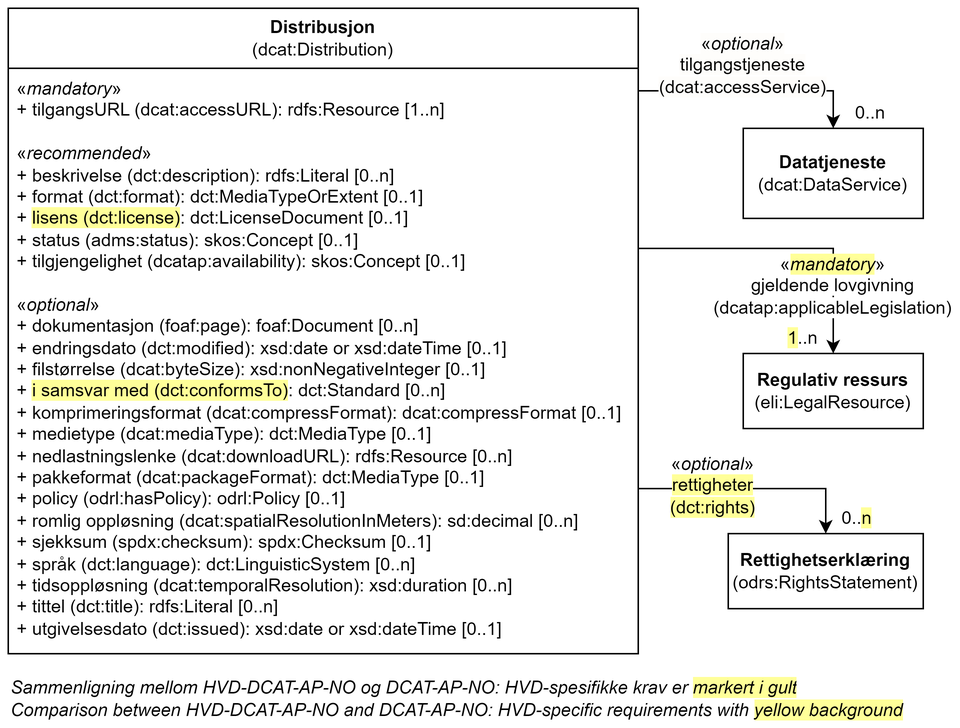
Before: docs/images/Klassen-Distribusjon.png, a diagram exported from draw.io (Informasjonsforvaltning/hvd-dcat-ap-no). Source tidied: cells renumbered, new cells last; positions are measured from the earlier drawing's top-left corner, leaving out a move shared by most shapes.
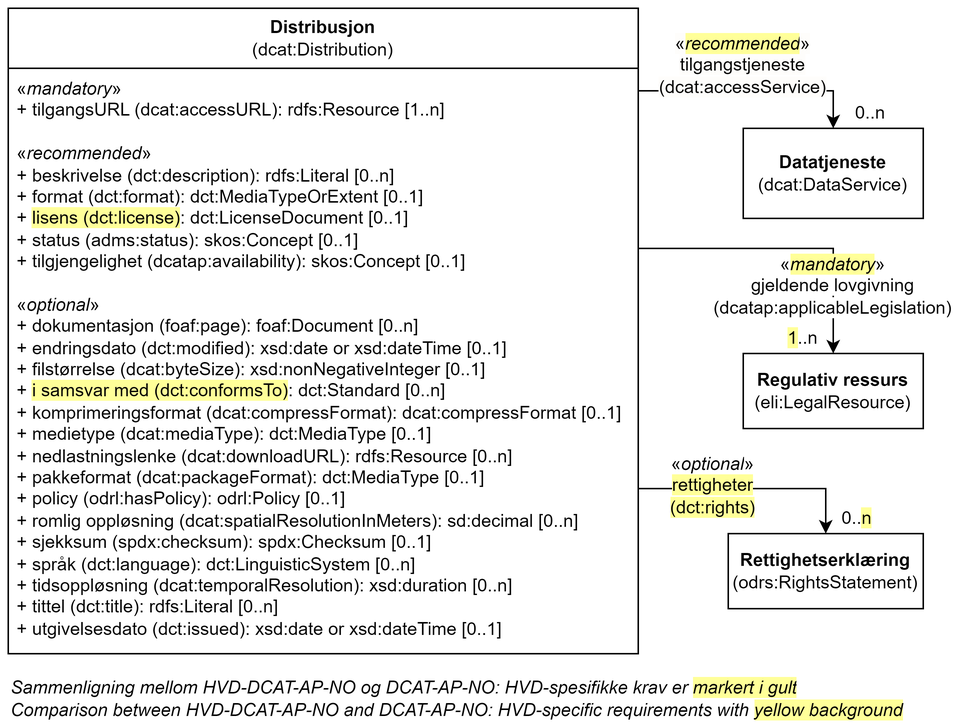
The same file after the commit.

Commit message:
Align med EUs DCAT-AP HVD

Change to the diagram source:
```diff
@@ -19,7 +19,7 @@
         </Array>
       </mxGeometry>
     </mxCell>
-    <mxCell id="6" value="&lt;span style=&quot;background-color: rgb(254, 253, 251);&quot;&gt;«&lt;i style=&quot;&quot;&gt;optional&lt;/i&gt;»&lt;br&gt;tilgangstjeneste&lt;br&gt;(dcat:accessService)&lt;/span&gt;" style="text;whiteSpace=wrap;html=1;align=center;" parent="1" vertex="1">
+    <mxCell id="6" value="&lt;span style=&quot;background-color: rgb(254, 253, 251);&quot;&gt;«&lt;/span&gt;&lt;i style=&quot;background-color: rgb(255, 255, 153);&quot;&gt;recommended&lt;/i&gt;&lt;span style=&quot;background-color: rgb(254, 253, 251);&quot;&gt;»&lt;/span&gt;&lt;br&gt;&lt;span style=&quot;background-color: rgb(254, 253, 251);&quot;&gt;tilgangstjeneste&lt;/span&gt;&lt;br&gt;&lt;span style=&quot;background-color: rgb(254, 253, 251);&quot;&gt;(dcat:accessService)&lt;/span&gt;" style="text;whiteSpace=wrap;html=1;align=center;" parent="1" vertex="1">
       <mxGeometry x="430" y="10" width="120" height="40" as="geometry" />
     </mxCell>
     <mxCell id="7" value="0..n" style="text;html=1;strokeColor=none;fillColor=none;align=center;verticalAlign=middle;whiteSpace=wrap;rounded=0;" parent="1" vertex="1">
```
